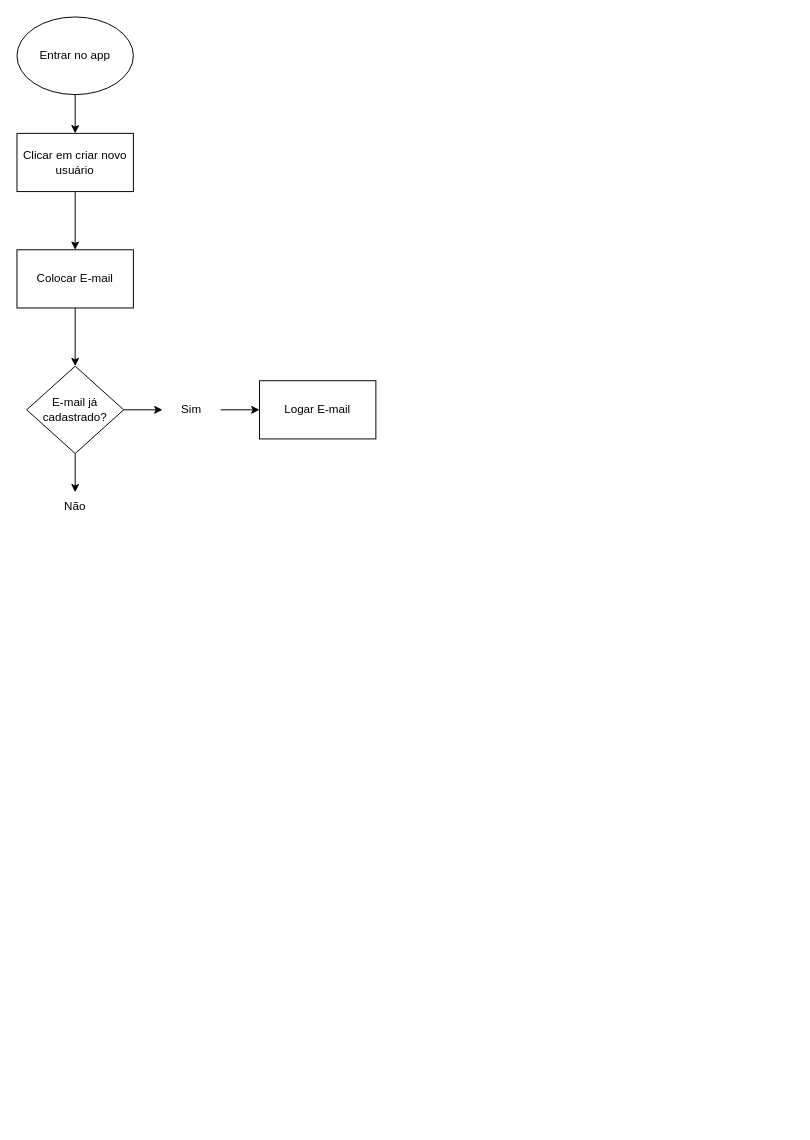
anninha2006/fluxograma keeps this draw.io diagram as page "Página-1" (1 of 3) of doc/tela.drawio. Above is the earlier version. Source tidied: cells renumbered, new cells numbered last; positions are measured from the earlier drawing's top-left corner, leaving out a move shared by most shapes. Both pictures are drawn from the tidied source at 97%, with x=0, y=0 at pixel (16, 16).
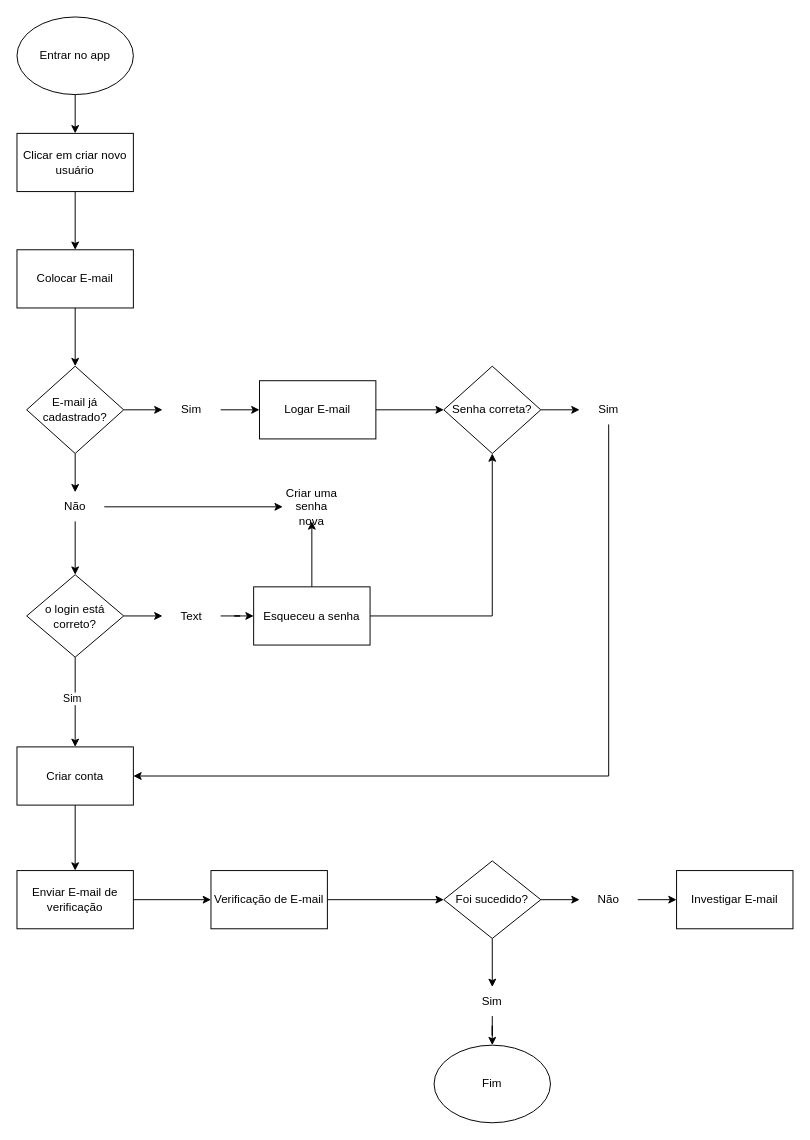
After the change.

Unchanged cells that the change refers to:
```xml
<mxCell id="13" value="Logar E-mail" style="whiteSpace=wrap;html=1;" parent="1" vertex="1">
  <mxGeometry x="250" y="375" width="120" height="60" as="geometry" />
</mxCell>
<mxCell id="14" value="Não" style="text;html=1;align=center;verticalAlign=middle;whiteSpace=wrap;rounded=0;" parent="1" vertex="1">
  <mxGeometry x="30" y="490" width="60" height="30" as="geometry" />
</mxCell>
```

Diff of the diagram source:
```diff
@@
+    <mxCell id="15" style="edgeStyle=orthogonalEdgeStyle;rounded=0;jettySize=auto;html=1;" parent="1" edge="1" source="13" target="19">
+      <mxGeometry relative="1" as="geometry" />
+    </mxCell>
@@
+    <mxCell id="16" style="edgeStyle=orthogonalEdgeStyle;rounded=0;jettySize=auto;html=1;" parent="1" edge="1" source="14" target="22">
+      <mxGeometry relative="1" as="geometry" />
+    </mxCell>
+    <mxCell id="17" style="edgeStyle=orthogonalEdgeStyle;rounded=0;jettySize=auto;html=1;" parent="1" edge="1" source="14" target="26">
+      <mxGeometry relative="1" as="geometry" />
+    </mxCell>
@@
+    <mxCell id="18" style="edgeStyle=orthogonalEdgeStyle;rounded=0;jettySize=auto;html=1;" parent="1" edge="1" source="19" target="21">
+      <mxGeometry relative="1" as="geometry" />
+    </mxCell>
+    <mxCell id="19" value="Senha correta?" style="rhombus;whiteSpace=wrap;html=1;" parent="1" vertex="1">
+      <mxGeometry x="440" y="360" width="100" height="90" as="geometry" />
+    </mxCell>
+    <mxCell id="20" style="edgeStyle=orthogonalEdgeStyle;rounded=0;jettySize=auto;html=1;entryX=1;entryY=0.5;entryDx=0;entryDy=0;" parent="1" edge="1" source="21" target="33">
+      <mxGeometry relative="1" as="geometry">
+        <Array as="points">
+          <mxPoint x="610" y="783" />
+        </Array>
+      </mxGeometry>
+    </mxCell>
+    <mxCell id="21" value="Sim" style="text;html=1;align=center;verticalAlign=middle;whiteSpace=wrap;rounded=0;" parent="1" vertex="1">
+      <mxGeometry x="580" y="390" width="60" height="30" as="geometry" />
+    </mxCell>
+    <mxCell id="22" value="Criar uma senha nova" style="text;html=1;align=center;verticalAlign=middle;whiteSpace=wrap;rounded=0;" parent="1" vertex="1">
+      <mxGeometry x="274" y="490" width="60" height="30" as="geometry" />
+    </mxCell>
+    <mxCell id="23" style="edgeStyle=orthogonalEdgeStyle;rounded=0;jettySize=auto;html=1;" parent="1" edge="1" source="26" target="28">
+      <mxGeometry relative="1" as="geometry" />
+    </mxCell>
+    <mxCell id="24" style="edgeStyle=orthogonalEdgeStyle;rounded=0;jettySize=auto;html=1;" parent="1" edge="1" source="26" target="33">
+      <mxGeometry relative="1" as="geometry" />
+    </mxCell>
+    <mxCell id="25" value="Sim" style="edgeLabel;html=1;align=center;verticalAlign=middle;" parent="24" vertex="1">
+      <mxGeometry x="-0.09" y="-4" relative="1" as="geometry" />
+    </mxCell>
+    <mxCell id="26" value="o login está correto?" style="rhombus;whiteSpace=wrap;html=1;" parent="1" vertex="1">
+      <mxGeometry x="10" y="575" width="100" height="85" as="geometry" />
+    </mxCell>
+    <mxCell id="27" style="edgeStyle=orthogonalEdgeStyle;rounded=0;jettySize=auto;html=1;" parent="1" edge="1" source="28" target="31">
+      <mxGeometry relative="1" as="geometry" />
+    </mxCell>
+    <mxCell id="28" value="Text" style="text;html=1;align=center;verticalAlign=middle;whiteSpace=wrap;rounded=0;" parent="1" vertex="1">
+      <mxGeometry x="150" y="602.5" width="60" height="30" as="geometry" />
+    </mxCell>
+    <mxCell id="29" style="edgeStyle=orthogonalEdgeStyle;rounded=0;jettySize=auto;html=1;" parent="1" edge="1" source="31" target="22">
+      <mxGeometry relative="1" as="geometry" />
+    </mxCell>
+    <mxCell id="30" style="edgeStyle=orthogonalEdgeStyle;rounded=0;jettySize=auto;html=1;entryX=0.5;entryY=1;entryDx=0;entryDy=0;" parent="1" edge="1" source="31" target="19">
+      <mxGeometry relative="1" as="geometry" />
+    </mxCell>
+    <mxCell id="31" value="Esqueceu a senha" style="whiteSpace=wrap;html=1;" parent="1" vertex="1">
+      <mxGeometry x="244" y="587.5" width="120" height="60" as="geometry" />
+    </mxCell>
+    <mxCell id="32" style="edgeStyle=orthogonalEdgeStyle;rounded=0;jettySize=auto;html=1;" parent="1" edge="1" source="33" target="35">
+      <mxGeometry relative="1" as="geometry" />
+    </mxCell>
+    <mxCell id="33" value="Criar conta" style="whiteSpace=wrap;html=1;" parent="1" vertex="1">
+      <mxGeometry y="752.5" width="120" height="60" as="geometry" />
+    </mxCell>
+    <mxCell id="34" style="edgeStyle=orthogonalEdgeStyle;rounded=0;jettySize=auto;html=1;" parent="1" edge="1" source="35" target="37">
+      <mxGeometry relative="1" as="geometry" />
+    </mxCell>
+    <mxCell id="35" value="Enviar E-mail de verificação" style="whiteSpace=wrap;html=1;" parent="1" vertex="1">
+      <mxGeometry y="880" width="120" height="60" as="geometry" />
+    </mxCell>
+    <mxCell id="36" style="edgeStyle=orthogonalEdgeStyle;rounded=0;jettySize=auto;html=1;" parent="1" edge="1" source="37" target="40">
+      <mxGeometry relative="1" as="geometry" />
+    </mxCell>
+    <mxCell id="37" value="Verificação de E-mail" style="whiteSpace=wrap;html=1;" parent="1" vertex="1">
+      <mxGeometry x="200" y="880" width="120" height="60" as="geometry" />
+    </mxCell>
+    <mxCell id="38" style="edgeStyle=orthogonalEdgeStyle;rounded=0;jettySize=auto;html=1;" parent="1" edge="1" source="40" target="42">
+      <mxGeometry relative="1" as="geometry" />
+    </mxCell>
+    <mxCell id="39" style="edgeStyle=orthogonalEdgeStyle;rounded=0;jettySize=auto;html=1;" parent="1" edge="1" source="40" target="45">
+      <mxGeometry relative="1" as="geometry" />
+    </mxCell>
+    <mxCell id="40" value="Foi sucedido?" style="rhombus;whiteSpace=wrap;html=1;" parent="1" vertex="1">
+      <mxGeometry x="440" y="870" width="100" height="80" as="geometry" />
+    </mxCell>
+    <mxCell id="41" style="edgeStyle=orthogonalEdgeStyle;rounded=0;jettySize=auto;html=1;" parent="1" edge="1" source="42" target="43">
+      <mxGeometry relative="1" as="geometry" />
+    </mxCell>
+    <mxCell id="42" value="Não" style="text;html=1;align=center;verticalAlign=middle;whiteSpace=wrap;rounded=0;" parent="1" vertex="1">
+      <mxGeometry x="580" y="895" width="60" height="30" as="geometry" />
+    </mxCell>
+    <mxCell id="43" value="Investigar E-mail" style="whiteSpace=wrap;html=1;" parent="1" vertex="1">
+      <mxGeometry x="680" y="880" width="120" height="60" as="geometry" />
+    </mxCell>
+    <mxCell id="44" style="edgeStyle=orthogonalEdgeStyle;rounded=0;jettySize=auto;html=1;" parent="1" edge="1" source="45" target="46">
+      <mxGeometry relative="1" as="geometry" />
+    </mxCell>
+    <mxCell id="45" value="Sim" style="text;html=1;align=center;verticalAlign=middle;whiteSpace=wrap;rounded=0;" parent="1" vertex="1">
+      <mxGeometry x="460" y="1000" width="60" height="30" as="geometry" />
+    </mxCell>
+    <mxCell id="46" value="Fim" style="ellipse;whiteSpace=wrap;html=1;" parent="1" vertex="1">
+      <mxGeometry x="430" y="1060" width="120" height="80" as="geometry" />
+    </mxCell>
```
